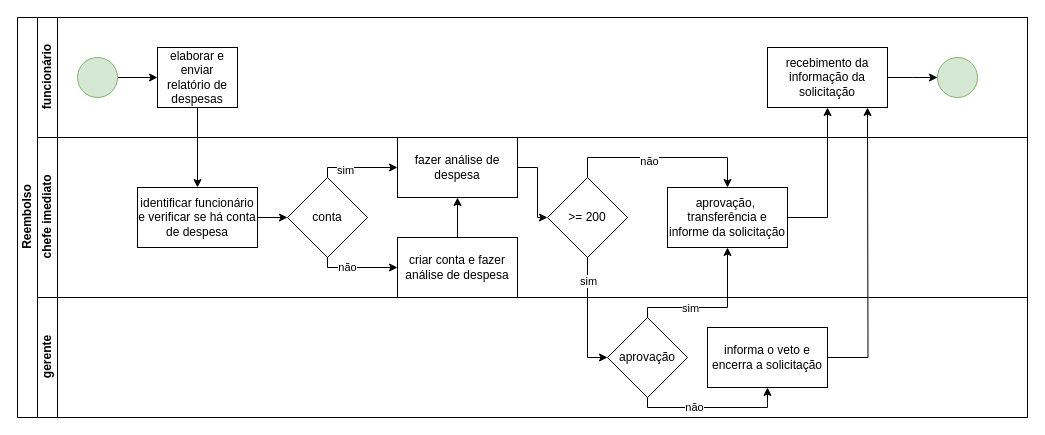
Above: Fluxograma Reembolso.drawio in R3TZgl/Algoritmo (draw.io), before the change. Source tidied: cells renumbered, new cells numbered last; positions are measured from the earlier drawing's top-left corner, leaving out a move shared by most shapes. Both pictures are drawn from the tidied source at 100%, with x=0, y=0 at pixel (17, 17).
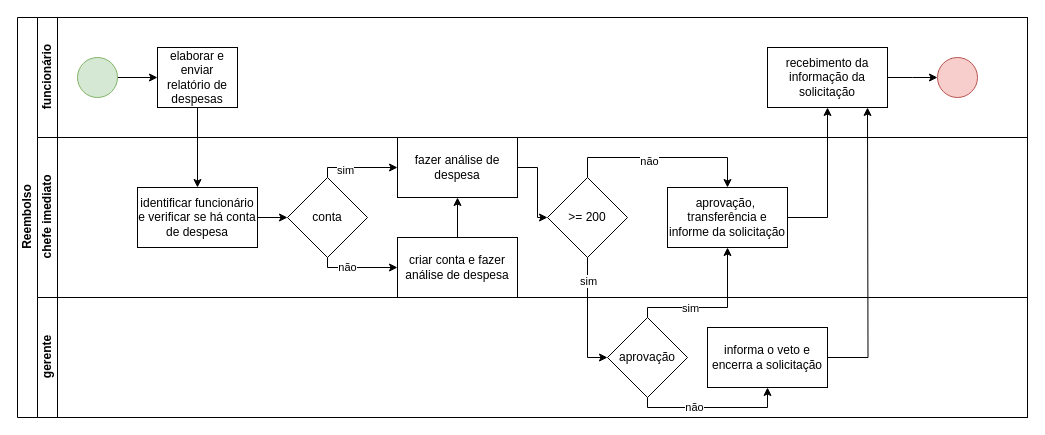
The same diagram, later.

The change refers to these unchanged cells:
```xml
<mxCell id="3" value="funcionário" style="swimlane;html=1;startSize=20;horizontal=0;" parent="2" vertex="1">
  <mxGeometry x="20" width="990" height="120" as="geometry" />
</mxCell>
```

The edit, as a diff of the source:
```diff
@@
-    <mxCell id="8" style="ellipse;whiteSpace=wrap;html=1;fillColor=#d5e8d4;strokeColor=#82b366;" parent="3" vertex="1">
+    <mxCell id="8" style="ellipse;whiteSpace=wrap;html=1;fillColor=#f8cecc;strokeColor=#b85450;" parent="3" vertex="1">
       <mxGeometry x="900" y="40" width="40" height="40" as="geometry" />
     </mxCell>
```
